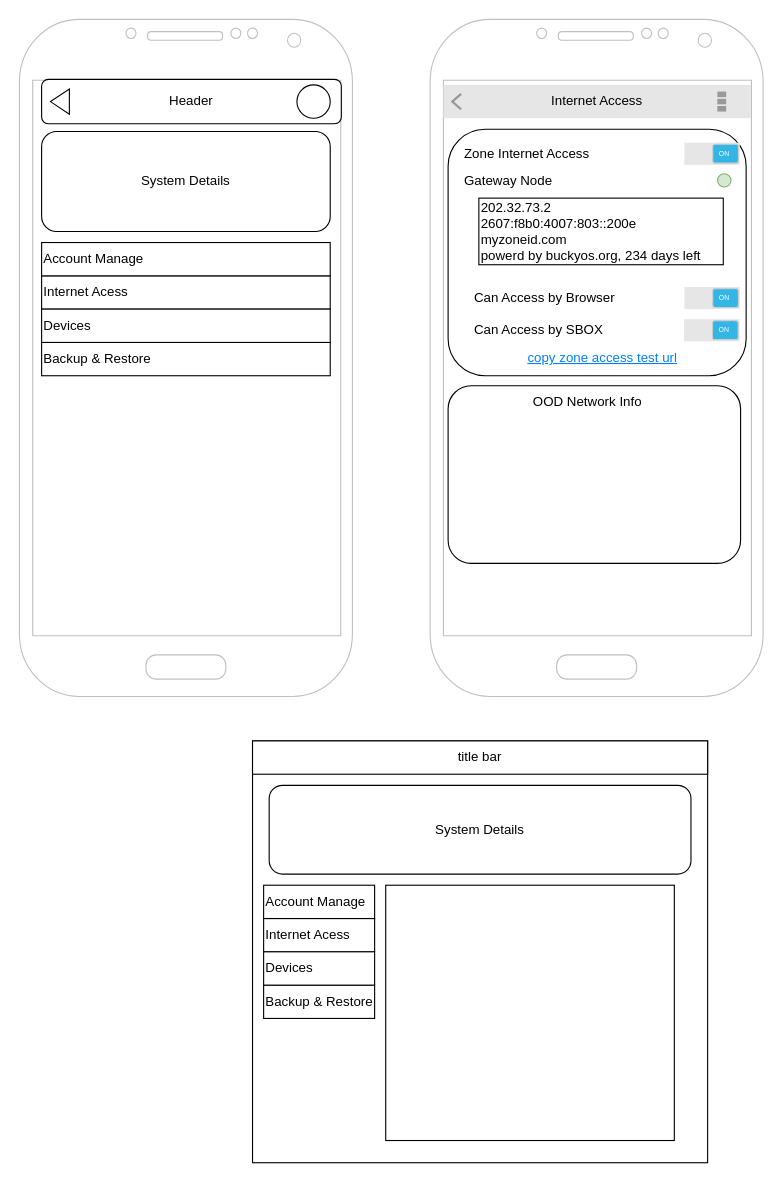
The draw.io diagram page "Control Panel" (5 of 12) of doc/PRD/zone UI.drawio in buckyos/buckyos, before the edit. Source tidied: cells renumbered, new cells numbered last; positions are measured from the earlier drawing's top-left corner, leaving out a move shared by most shapes. Both pictures are drawn from the tidied source at 111%, with x=0, y=0 at pixel (19, 19).
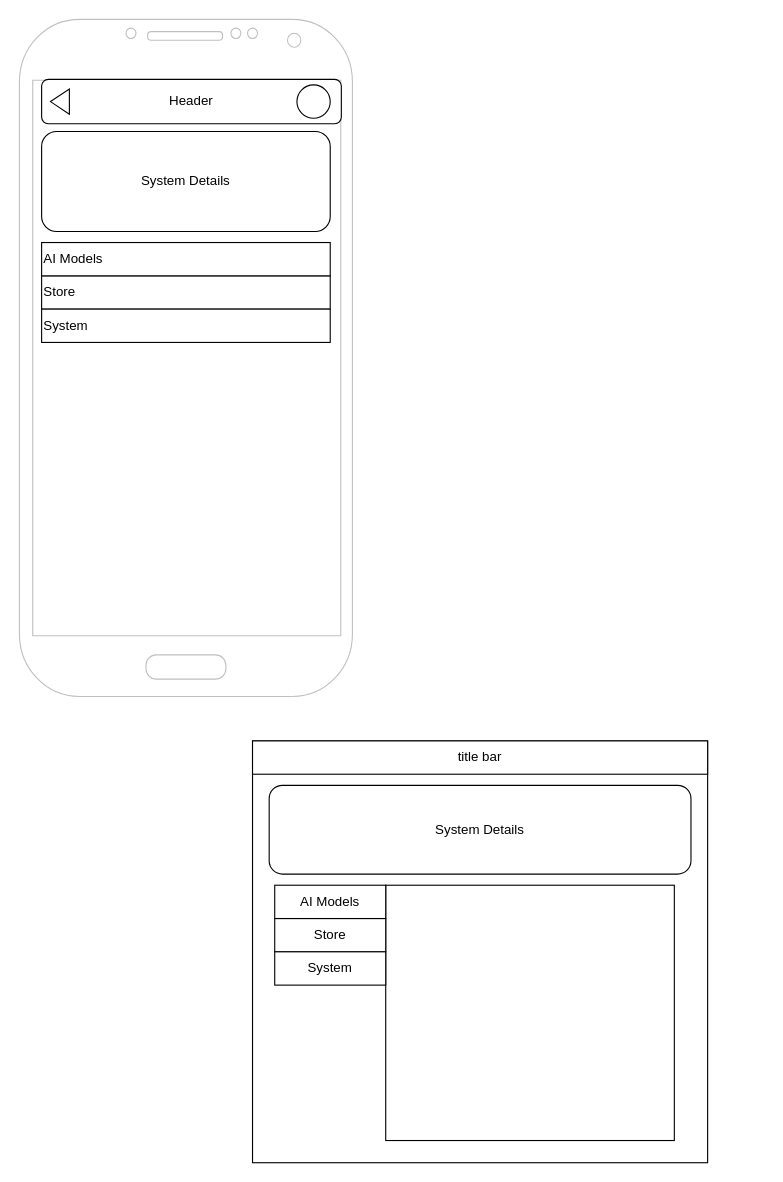
After the change.

Diff of the diagram source:
```diff
@@
-    <mxCell id="2" style="rounded=1;whiteSpace=wrap;html=1;fillColor=none;" parent="1" vertex="1">
-      <mxGeometry x="386.2" y="99" width="268.5" height="222" as="geometry" />
-    </mxCell>
-    <mxCell id="3" value="Internet Acess" style="rounded=0;whiteSpace=wrap;html=1;align=left;" parent="1" vertex="1">
+    <mxCell id="3" value="&lt;span style=&quot;text-align: center;&quot;&gt;Store&lt;/span&gt;" style="rounded=0;whiteSpace=wrap;html=1;align=left;" parent="1" vertex="1">
       <mxGeometry x="20" y="231" width="260" height="30" as="geometry" />
     </mxCell>
-    <mxCell id="4" value="Account Manage" style="rounded=0;whiteSpace=wrap;html=1;align=left;" parent="1" vertex="1">
+    <mxCell id="4" value="&lt;span style=&quot;text-align: center;&quot;&gt;AI Models&lt;/span&gt;" style="rounded=0;whiteSpace=wrap;html=1;align=left;" parent="1" vertex="1">
       <mxGeometry x="20" y="201" width="260" height="30" as="geometry" />
     </mxCell>
-    <mxCell id="5" value="Backup &amp;amp; Restore" style="rounded=0;whiteSpace=wrap;html=1;align=left;" parent="1" vertex="1">
-      <mxGeometry x="20" y="291" width="260" height="30" as="geometry" />
-    </mxCell>
-    <mxCell id="6" value="Devices" style="rounded=0;whiteSpace=wrap;html=1;align=left;" parent="1" vertex="1">
+    <mxCell id="6" value="&lt;span style=&quot;text-align: center;&quot;&gt;System&lt;/span&gt;" style="rounded=0;whiteSpace=wrap;html=1;align=left;" parent="1" vertex="1">
       <mxGeometry x="20" y="261" width="260" height="30" as="geometry" />
     </mxCell>
-    <mxCell id="7" style="verticalLabelPosition=bottom;verticalAlign=top;html=1;shadow=0;dashed=0;strokeWidth=1;shape=mxgraph.android.phone2;strokeColor=#c0c0c0;" parent="1" vertex="1">
-      <mxGeometry x="370" width="300" height="610" as="geometry" />
-    </mxCell>
@@
-    <mxCell id="10" value="Internet Access" style="strokeWidth=1;html=1;shadow=0;dashed=0;shape=mxgraph.android.action_bar;fillColor=#E6E6E6;strokeColor=#c0c0c0;strokeWidth=2;whiteSpace=wrap;" parent="1" vertex="1">
-      <mxGeometry x="382" y="59" width="277" height="30" as="geometry" />
-    </mxCell>
-    <mxCell id="11" style="verticalLabelPosition=bottom;verticalAlign=top;html=1;shadow=0;dashed=0;strokeWidth=1;shape=mxgraph.android.switch_on;fillColor=#E6E6E6;sketch=0;" parent="1" vertex="1">
-      <mxGeometry x="599" y="111" width="50" height="20" as="geometry" />
-    </mxCell>
-    <mxCell id="12" value="Zone Internet Access" style="text;html=1;strokeColor=none;fillColor=none;align=left;verticalAlign=middle;whiteSpace=wrap;rounded=0;" parent="1" vertex="1">
-      <mxGeometry x="399" y="106" width="120" height="30" as="geometry" />
-    </mxCell>
-    <mxCell id="13" style="rounded=1;whiteSpace=wrap;html=1;arcSize=13;" parent="1" vertex="1">
-      <mxGeometry x="386.2" y="330" width="263.5" height="160" as="geometry" />
-    </mxCell>
-    <mxCell id="14" value="Gateway Node" style="text;html=1;strokeColor=none;fillColor=none;align=left;verticalAlign=middle;whiteSpace=wrap;rounded=0;" parent="1" vertex="1">
-      <mxGeometry x="399" y="131" width="250" height="30" as="geometry" />
-    </mxCell>
-    <mxCell id="15" style="ellipse;whiteSpace=wrap;html=1;fillColor=#d5e8d4;strokeColor=#82b366;" parent="1" vertex="1">
-      <mxGeometry x="629" y="139" width="12" height="12" as="geometry" />
-    </mxCell>
-    <mxCell id="16" value="202.32.73.2&amp;nbsp;&lt;br&gt;2607:f8b0:4007:803::200e&lt;br&gt;myzoneid.com&lt;br&gt;powerd by buckyos.org, 234 days left" style="text;html=1;strokeColor=default;fillColor=none;align=left;verticalAlign=middle;whiteSpace=wrap;rounded=0;" parent="1" vertex="1">
-      <mxGeometry x="413.9" y="161" width="220.2" height="60" as="geometry" />
-    </mxCell>
-    <mxCell id="17" value="OOD Network Info" style="text;html=1;strokeColor=none;fillColor=none;align=center;verticalAlign=middle;whiteSpace=wrap;rounded=0;" parent="1" vertex="1">
-      <mxGeometry x="427" y="330" width="170" height="30" as="geometry" />
-    </mxCell>
-    <mxCell id="18" value="copy zone access test url" style="text;html=1;strokeColor=none;fillColor=none;align=center;verticalAlign=middle;whiteSpace=wrap;rounded=0;fontStyle=4;fontColor=#007FFF;" parent="1" vertex="1">
-      <mxGeometry x="454" y="290" width="143" height="30" as="geometry" />
-    </mxCell>
-    <mxCell id="19" value="Can Access by Browser&lt;br&gt;&lt;br&gt;Can Access by SBOX" style="text;html=1;strokeColor=none;fillColor=none;align=left;verticalAlign=middle;whiteSpace=wrap;rounded=0;" parent="1" vertex="1">
-      <mxGeometry x="407.5" y="240" width="231.5" height="50" as="geometry" />
-    </mxCell>
-    <mxCell id="20" style="verticalLabelPosition=bottom;verticalAlign=top;html=1;shadow=0;dashed=0;strokeWidth=1;shape=mxgraph.android.switch_on;fillColor=#E6E6E6;sketch=0;" parent="1" vertex="1">
-      <mxGeometry x="599" y="241" width="50" height="20" as="geometry" />
-    </mxCell>
-    <mxCell id="21" style="verticalLabelPosition=bottom;verticalAlign=top;html=1;shadow=0;dashed=0;strokeWidth=1;shape=mxgraph.android.switch_on;fillColor=#E6E6E6;sketch=0;" parent="1" vertex="1">
-      <mxGeometry x="598.8" y="270" width="50" height="20" as="geometry" />
-    </mxCell>
@@
-    <mxCell id="24" value="Internet Acess" style="rounded=0;whiteSpace=wrap;html=1;align=left;" parent="1" vertex="1">
-      <mxGeometry x="220" y="810" width="100" height="30" as="geometry" />
-    </mxCell>
-    <mxCell id="25" value="Account Manage" style="rounded=0;whiteSpace=wrap;html=1;align=left;" parent="1" vertex="1">
-      <mxGeometry x="220" y="780" width="100" height="30" as="geometry" />
-    </mxCell>
-    <mxCell id="26" value="Backup &amp;amp; Restore" style="rounded=0;whiteSpace=wrap;html=1;align=left;" parent="1" vertex="1">
-      <mxGeometry x="220" y="870" width="100" height="30" as="geometry" />
-    </mxCell>
-    <mxCell id="27" value="Devices" style="rounded=0;whiteSpace=wrap;html=1;align=left;" parent="1" vertex="1">
-      <mxGeometry x="220" y="840" width="100" height="30" as="geometry" />
-    </mxCell>
@@
+    <mxCell id="33" value="Store" style="rounded=0;whiteSpace=wrap;html=1;" parent="1" vertex="1">
+      <mxGeometry x="230" y="810" width="100" height="30" as="geometry" />
+    </mxCell>
+    <mxCell id="34" value="AI Models" style="rounded=0;whiteSpace=wrap;html=1;" parent="1" vertex="1">
+      <mxGeometry x="230" y="780" width="100" height="30" as="geometry" />
+    </mxCell>
+    <mxCell id="35" value="System" style="rounded=0;whiteSpace=wrap;html=1;" parent="1" vertex="1">
+      <mxGeometry x="230" y="840" width="100" height="30" as="geometry" />
+    </mxCell>
```
